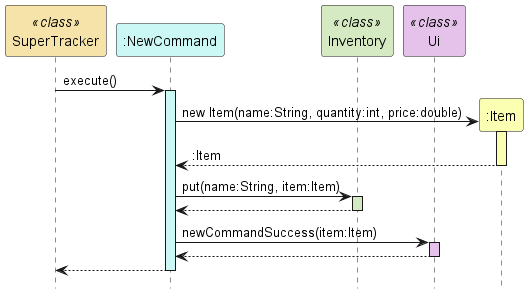
nus-cs2113-AY2324S2/tp keeps this PlantUML diagram as docs/uml-diagrams/NewCommandSequence.png. Above is the earlier version. Its diagram source:
```plantuml
@startuml
hide footbox
participant "SuperTracker" as SuperTracker <<class>> #f5e3a9
participant ":NewCommand" as NewCommand #cbf7f4
participant "Inventory" as Inventory <<class>> #d5eac2
participant "Ui" as Ui <<class>> #e5c2ea
participant ":Item" as Item #fbffb2

SuperTracker -> NewCommand : execute()
activate NewCommand #cbf7f4

NewCommand -> Item ** : new Item(name:String, quantity:int, price:double)
activate Item #fbffb2
Item --> NewCommand : :Item
deactivate Item

NewCommand -> Inventory : put(name:String, item:Item)
activate Inventory #d5eac2
Inventory --> NewCommand
deactivate Inventory

NewCommand -> Ui : newCommandSuccess(item:Item)
activate Ui #e5c2ea
Ui --> NewCommand
deactivate Ui

NewCommand --> SuperTracker
deactivate NewCommand
@enduml
```
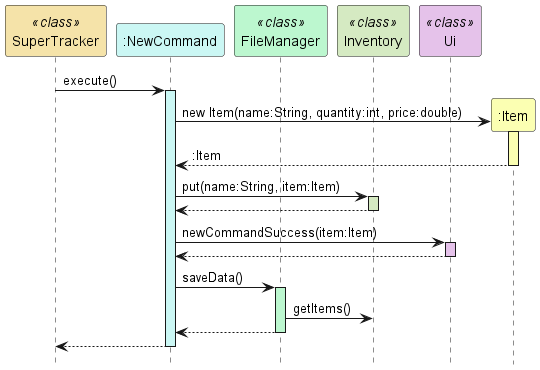
The same diagram one commit later.

Diff of the diagram source:
```diff
@@ -2,10 +2,10 @@
 hide footbox
 participant "SuperTracker" as SuperTracker <<class>> #f5e3a9
 participant ":NewCommand" as NewCommand #cbf7f4
+participant "FileManager" as FileManager <<class>> #bcf7cf
 participant "Inventory" as Inventory <<class>> #d5eac2
 participant "Ui" as Ui <<class>> #e5c2ea
 participant ":Item" as Item #fbffb2
-
 SuperTracker -> NewCommand : execute()
 activate NewCommand #cbf7f4
 
@@ -24,6 +24,12 @@
 Ui --> NewCommand
 deactivate Ui
 
+NewCommand -> FileManager : saveData()
+activate FileManager #bcf7cf
+FileManager -> Inventory : getItems()
+FileManager --> NewCommand
+deactivate FileManager
+
 NewCommand --> SuperTracker
 deactivate NewCommand
 @enduml
```
